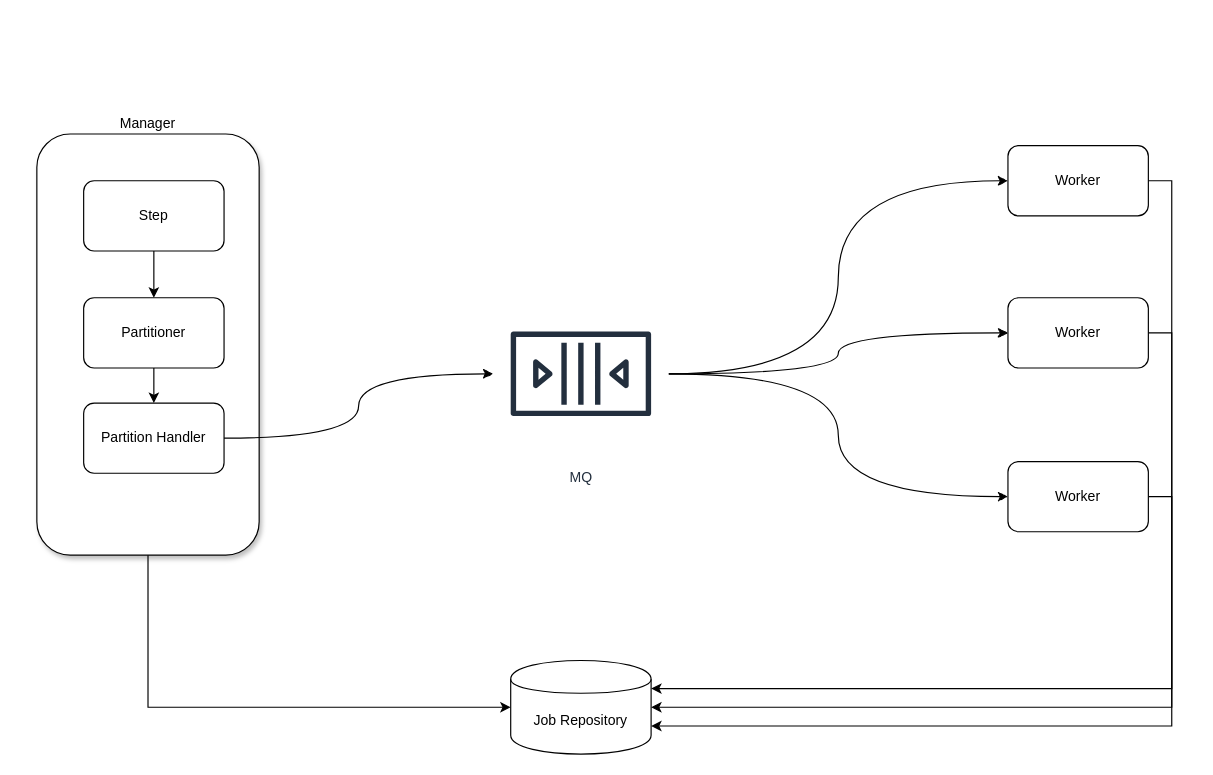
Above: spring-batch-parallel-processing.drawio in selva-dharmaraj/draw (draw.io), before the change. Source tidied: cells renumbered, new cells numbered last; positions are measured from the earlier drawing's top-left corner, leaving out a move shared by most shapes. Both pictures are drawn from the tidied source at 117%, with x=0, y=0 at pixel (36, 133).
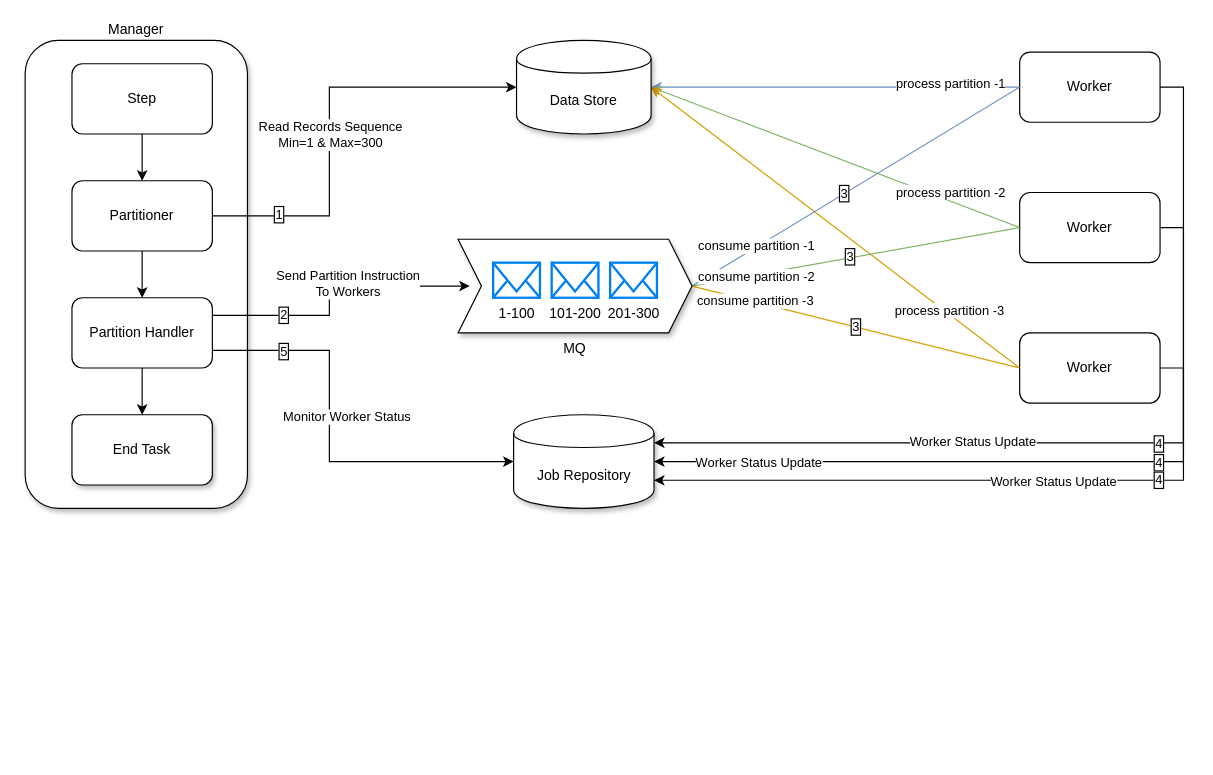
The same diagram, later.

The edit, as a diff of the source:
```diff
@@
-    <mxCell id="2" value="Manager" style="rounded=1;whiteSpace=wrap;html=1;shadow=1;labelPosition=center;verticalLabelPosition=top;align=center;verticalAlign=bottom;" parent="1" vertex="1">
-      <mxGeometry width="190" height="360" as="geometry" />
+    <mxCell id="2" value="Manager" style="rounded=1;whiteSpace=wrap;html=1;shadow=1;labelPosition=center;verticalLabelPosition=top;align=center;verticalAlign=bottom;labelBorderColor=none;" parent="1" vertex="1">
+      <mxGeometry x="-10" y="-80" width="190" height="400" as="geometry" />
     </mxCell>
-    <mxCell id="3" style="edgeStyle=orthogonalEdgeStyle;rounded=0;comic=0;jettySize=auto;html=1;entryX=1;entryY=0.3;entryDx=0;entryDy=0;exitX=1;exitY=0.5;exitDx=0;exitDy=0;" parent="1" edge="1" source="4" target="20">
+    <mxCell id="3" style="rounded=0;comic=0;jettySize=auto;html=1;entryX=1;entryY=0.3;entryDx=0;entryDy=0;exitX=1;exitY=0.5;exitDx=0;exitDy=0;edgeStyle=orthogonalEdgeStyle;labelBorderColor=none;" parent="1" edge="1" source="4" target="20">
       <mxGeometry relative="1" as="geometry" />
     </mxCell>
+    <mxCell id="21" value="Worker Status Update" style="edgeLabel;html=1;align=center;verticalAlign=middle;labelBorderColor=none;" parent="3" vertex="1">
+      <mxGeometry x="0.3" y="-2" relative="1" as="geometry" />
+    </mxCell>
+    <mxCell id="22" value="4" style="edgeLabel;html=1;align=center;verticalAlign=middle;labelBorderColor=#000000;" parent="3" vertex="1">
+      <mxGeometry x="-0.11" relative="1" as="geometry" />
+    </mxCell>
+    <mxCell id="23" style="edgeStyle=none;rounded=0;comic=0;jettySize=auto;html=1;entryX=1;entryY=0.5;entryDx=0;entryDy=0;startArrow=none;startFill=0;endArrow=classic;endFill=1;fillColor=#dae8fc;strokeColor=#6c8ebf;labelBorderColor=none;" parent="1" edge="1" source="4" target="48">
+      <mxGeometry relative="1" as="geometry" />
+    </mxCell>
+    <mxCell id="24" value="process partition -1" style="edgeLabel;html=1;align=center;verticalAlign=middle;labelBorderColor=none;" parent="23" vertex="1">
+      <mxGeometry x="-0.11" y="-4" relative="1" as="geometry">
+        <mxPoint x="80.6" as="offset" />
+      </mxGeometry>
+    </mxCell>
-    <mxCell id="4" value="Worker" style="rounded=1;whiteSpace=wrap;html=1;" parent="1" vertex="1">
-      <mxGeometry x="830" y="10" width="120" height="60" as="geometry" />
+    <mxCell id="4" value="Worker" style="rounded=1;whiteSpace=wrap;html=1;labelBorderColor=none;" parent="1" vertex="1">
+      <mxGeometry x="840" y="-70" width="120" height="60" as="geometry" />
     </mxCell>
-    <mxCell id="5" style="edgeStyle=orthogonalEdgeStyle;rounded=0;comic=0;jettySize=auto;html=1;entryX=1;entryY=0.7;entryDx=0;entryDy=0;exitX=1;exitY=0.5;exitDx=0;exitDy=0;" parent="1" edge="1" source="6" target="20">
+    <mxCell id="5" style="rounded=0;comic=0;jettySize=auto;html=1;entryX=1;entryY=0.7;entryDx=0;entryDy=0;exitX=1;exitY=0.5;exitDx=0;exitDy=0;edgeStyle=orthogonalEdgeStyle;labelBorderColor=none;" parent="1" edge="1" source="6" target="20">
       <mxGeometry relative="1" as="geometry" />
     </mxCell>
+    <mxCell id="25" value="Worker Status Update" style="edgeLabel;html=1;align=center;verticalAlign=middle;labelBorderColor=none;" parent="5" vertex="1">
+      <mxGeometry x="0.01" relative="1" as="geometry" />
+    </mxCell>
+    <mxCell id="26" value="4" style="edgeLabel;html=1;align=center;verticalAlign=middle;labelBorderColor=#000000;" parent="5" vertex="1">
+      <mxGeometry x="-0.25" y="-1" relative="1" as="geometry" />
+    </mxCell>
+    <mxCell id="27" style="edgeStyle=none;rounded=0;comic=0;jettySize=auto;html=1;entryX=1;entryY=0.5;entryDx=0;entryDy=0;startArrow=none;startFill=0;endArrow=classic;endFill=1;exitX=0;exitY=0.5;exitDx=0;exitDy=0;fillColor=#d5e8d4;strokeColor=#82b366;labelBorderColor=none;" parent="1" edge="1" source="6" target="48">
+      <mxGeometry relative="1" as="geometry" />
+    </mxCell>
+    <mxCell id="28" value="process partition -2" style="edgeLabel;html=1;align=center;verticalAlign=middle;labelBorderColor=none;" parent="27" vertex="1">
+      <mxGeometry x="-0.09" y="-1" relative="1" as="geometry">
+        <mxPoint x="82.8" y="25.4" as="offset" />
+      </mxGeometry>
+    </mxCell>
-    <mxCell id="6" value="Worker" style="rounded=1;whiteSpace=wrap;html=1;" parent="1" vertex="1">
-      <mxGeometry x="830" y="140" width="120" height="60" as="geometry" />
+    <mxCell id="6" value="Worker" style="rounded=1;whiteSpace=wrap;html=1;labelBorderColor=none;" parent="1" vertex="1">
+      <mxGeometry x="840" y="50" width="120" height="60" as="geometry" />
     </mxCell>
-    <mxCell id="7" style="edgeStyle=orthogonalEdgeStyle;rounded=0;comic=0;jettySize=auto;html=1;entryX=1;entryY=0.5;entryDx=0;entryDy=0;exitX=1;exitY=0.5;exitDx=0;exitDy=0;" parent="1" edge="1" source="8" target="20">
+    <mxCell id="7" style="rounded=0;comic=0;jettySize=auto;html=1;entryX=1;entryY=0.5;entryDx=0;entryDy=0;exitX=1;exitY=0.5;exitDx=0;exitDy=0;elbow=vertical;edgeStyle=orthogonalEdgeStyle;labelBorderColor=none;" parent="1" edge="1" source="8" target="20">
       <mxGeometry relative="1" as="geometry" />
     </mxCell>
+    <mxCell id="29" value="Worker Status Update" style="edgeLabel;html=1;align=center;verticalAlign=middle;labelBorderColor=none;" parent="7" vertex="1">
+      <mxGeometry x="0.68" relative="1" as="geometry" />
+    </mxCell>
+    <mxCell id="30" value="4" style="edgeLabel;html=1;align=center;verticalAlign=middle;labelBorderColor=#000000;" parent="7" vertex="1">
+      <mxGeometry x="-0.56" relative="1" as="geometry" />
+    </mxCell>
+    <mxCell id="31" style="edgeStyle=none;rounded=0;comic=0;jettySize=auto;html=1;entryX=1;entryY=0.5;entryDx=0;entryDy=0;startArrow=none;startFill=0;endArrow=classic;endFill=1;exitX=0;exitY=0.5;exitDx=0;exitDy=0;fillColor=#ffe6cc;strokeColor=#d79b00;labelBorderColor=none;" parent="1" edge="1" source="8" target="48">
+      <mxGeometry relative="1" as="geometry" />
+    </mxCell>
+    <mxCell id="32" value="process partition -3" style="edgeLabel;html=1;align=center;verticalAlign=middle;labelBorderColor=none;" parent="31" vertex="1">
+      <mxGeometry x="0.07" y="2" relative="1" as="geometry">
+        <mxPoint x="109.8" y="76.9" as="offset" />
+      </mxGeometry>
+    </mxCell>
-    <mxCell id="8" value="Worker" style="rounded=1;whiteSpace=wrap;html=1;" parent="1" vertex="1">
-      <mxGeometry x="830" y="280" width="120" height="60" as="geometry" />
+    <mxCell id="8" value="Worker" style="rounded=1;whiteSpace=wrap;html=1;labelBorderColor=none;" parent="1" vertex="1">
+      <mxGeometry x="840" y="170" width="120" height="60" as="geometry" />
     </mxCell>
-    <mxCell id="9" style="edgeStyle=orthogonalEdgeStyle;rounded=0;jettySize=auto;html=1;" parent="1" edge="1" source="10" target="13">
+    <mxCell id="9" style="edgeStyle=orthogonalEdgeStyle;rounded=0;jettySize=auto;html=1;labelBorderColor=none;" parent="1" edge="1" source="10" target="13">
       <mxGeometry relative="1" as="geometry" />
     </mxCell>
-    <mxCell id="10" value="Step" style="rounded=1;whiteSpace=wrap;html=1;" parent="1" vertex="1">
-      <mxGeometry x="40" y="40" width="120" height="60" as="geometry" />
+    <mxCell id="10" value="Step" style="rounded=1;whiteSpace=wrap;html=1;labelBorderColor=none;" parent="1" vertex="1">
+      <mxGeometry x="30" y="-60" width="120" height="60" as="geometry" />
     </mxCell>
-    <mxCell id="11" style="edgeStyle=orthogonalEdgeStyle;rounded=0;jettySize=auto;html=1;" parent="1" edge="1" source="13" target="15">
+    <mxCell id="11" style="edgeStyle=orthogonalEdgeStyle;rounded=0;jettySize=auto;html=1;labelBorderColor=none;" parent="1" edge="1" source="13" target="15">
       <mxGeometry relative="1" as="geometry" />
     </mxCell>
-    <mxCell id="12" style="edgeStyle=orthogonalEdgeStyle;rounded=0;comic=0;jettySize=auto;html=1;entryX=0;entryY=0.5;entryDx=0;entryDy=0;exitX=0.5;exitY=1;exitDx=0;exitDy=0;" parent="1" edge="1" source="2" target="20">
-      <mxGeometry relative="1" as="geometry">
-        <Array as="points">
-          <mxPoint x="95" y="490" />
-        </Array>
-      </mxGeometry>
-    </mxCell>
+    <mxCell id="33" style="edgeStyle=orthogonalEdgeStyle;rounded=0;comic=0;jettySize=auto;html=1;entryX=0;entryY=0.5;entryDx=0;entryDy=0;labelBorderColor=none;" parent="1" edge="1" source="13" target="48">
+      <mxGeometry relative="1" as="geometry">
+        <Array as="points">
+          <mxPoint x="250" y="70" />
+          <mxPoint x="250" y="-40" />
+        </Array>
+      </mxGeometry>
+    </mxCell>
+    <mxCell id="34" value="Read Records Sequence&lt;br&gt;Min=1 &amp;amp; Max=300" style="edgeLabel;html=1;align=center;verticalAlign=middle;labelBorderColor=none;" parent="33" vertex="1">
+      <mxGeometry x="0.49" relative="1" as="geometry">
+        <mxPoint x="-65.4" y="40" as="offset" />
+      </mxGeometry>
+    </mxCell>
+    <mxCell id="35" value="1" style="edgeLabel;html=1;align=center;verticalAlign=middle;labelBorderColor=#000000;" parent="33" vertex="1">
+      <mxGeometry x="-0.7" y="2" relative="1" as="geometry" />
+    </mxCell>
-    <mxCell id="13" value="Partitioner" style="rounded=1;whiteSpace=wrap;html=1;" parent="1" vertex="1">
-      <mxGeometry x="40" y="140" width="120" height="60" as="geometry" />
+    <mxCell id="13" value="Partitioner" style="rounded=1;whiteSpace=wrap;html=1;labelBorderColor=none;" parent="1" vertex="1">
+      <mxGeometry x="30" y="40" width="120" height="60" as="geometry" />
     </mxCell>
-    <mxCell id="14" style="edgeStyle=orthogonalEdgeStyle;rounded=0;jettySize=auto;html=1;comic=1;curved=1;" parent="1" edge="1" source="15" target="19">
-      <mxGeometry relative="1" as="geometry" />
+    <mxCell id="14" style="edgeStyle=orthogonalEdgeStyle;rounded=0;jettySize=auto;html=1;comic=0;entryX=0.05;entryY=0.5;entryDx=0;entryDy=0;entryPerimeter=0;labelBorderColor=none;exitX=1;exitY=0.25;exitDx=0;exitDy=0;" parent="1" edge="1" source="15" target="19">
+      <mxGeometry relative="1" as="geometry">
+        <Array as="points">
+          <mxPoint x="250" y="155" />
+          <mxPoint x="250" y="130" />
+        </Array>
+      </mxGeometry>
     </mxCell>
+    <mxCell id="36" value="Send Partition Instruction&lt;br&gt;To Workers" style="edgeLabel;html=1;align=center;verticalAlign=middle;labelBorderColor=none;" parent="14" vertex="1">
+      <mxGeometry x="-0.17" y="-1" relative="1" as="geometry">
+        <mxPoint x="14" y="-26" as="offset" />
+      </mxGeometry>
+    </mxCell>
+    <mxCell id="37" value="2" style="edgeLabel;html=1;align=center;verticalAlign=middle;labelBorderColor=#000000;" parent="14" vertex="1">
+      <mxGeometry x="-0.51" y="1" relative="1" as="geometry" />
+    </mxCell>
+    <mxCell id="38" style="edgeStyle=orthogonalEdgeStyle;rounded=0;comic=0;jettySize=auto;html=1;labelBorderColor=none;" parent="1" edge="1" source="15" target="47">
+      <mxGeometry relative="1" as="geometry" />
+    </mxCell>
+    <mxCell id="39" style="edgeStyle=orthogonalEdgeStyle;rounded=0;comic=0;jettySize=auto;html=1;entryX=0;entryY=0.5;entryDx=0;entryDy=0;elbow=vertical;labelBorderColor=none;exitX=1;exitY=0.75;exitDx=0;exitDy=0;" parent="1" edge="1" source="15" target="20">
+      <mxGeometry relative="1" as="geometry">
+        <Array as="points">
+          <mxPoint x="250" y="185" />
+          <mxPoint x="250" y="280" />
+        </Array>
+      </mxGeometry>
+    </mxCell>
+    <mxCell id="40" value="Monitor Worker Status" style="edgeLabel;html=1;align=center;verticalAlign=middle;labelBorderColor=none;" parent="39" vertex="1">
+      <mxGeometry x="-0.03" y="5" relative="1" as="geometry">
+        <mxPoint x="9.4" y="-15" as="offset" />
+      </mxGeometry>
+    </mxCell>
+    <mxCell id="41" value="5" style="edgeLabel;html=1;align=center;verticalAlign=middle;labelBorderColor=#000000;" parent="39" vertex="1">
+      <mxGeometry x="-0.66" relative="1" as="geometry" />
+    </mxCell>
-    <mxCell id="15" value="Partition Handler" style="rounded=1;whiteSpace=wrap;html=1;" parent="1" vertex="1">
-      <mxGeometry x="40" y="230" width="120" height="60" as="geometry" />
+    <mxCell id="15" value="Partition Handler" style="rounded=1;whiteSpace=wrap;html=1;labelBorderColor=none;" parent="1" vertex="1">
+      <mxGeometry x="30" y="140" width="120" height="60" as="geometry" />
     </mxCell>
-    <mxCell id="16" style="edgeStyle=orthogonalEdgeStyle;curved=1;rounded=0;comic=1;jettySize=auto;html=1;entryX=0;entryY=0.5;entryDx=0;entryDy=0;" parent="1" edge="1" source="19" target="4">
+    <mxCell id="16" style="rounded=0;comic=0;jettySize=auto;html=1;entryX=0;entryY=0.5;entryDx=0;entryDy=0;exitX=1;exitY=0.5;exitDx=0;exitDy=0;endArrow=none;endFill=0;startArrow=none;startFill=0;fillColor=#dae8fc;strokeColor=#6c8ebf;labelBorderColor=none;" parent="1" edge="1" source="19" target="4">
       <mxGeometry relative="1" as="geometry" />
     </mxCell>
+    <mxCell id="42" value="consume partition -1" style="edgeLabel;html=1;align=center;verticalAlign=middle;labelBorderColor=none;" parent="16" vertex="1">
+      <mxGeometry x="-0.61" y="1" relative="1" as="geometry" />
+    </mxCell>
+    <mxCell id="43" value="3" style="edgeLabel;html=1;align=center;verticalAlign=middle;labelBorderColor=#000000;" parent="16" vertex="1">
+      <mxGeometry x="-0.07" y="1" relative="1" as="geometry" />
+    </mxCell>
-    <mxCell id="17" style="edgeStyle=orthogonalEdgeStyle;curved=1;rounded=0;comic=1;jettySize=auto;html=1;entryX=0;entryY=0.5;entryDx=0;entryDy=0;" parent="1" edge="1" source="19" target="6">
+    <mxCell id="17" style="rounded=0;comic=0;jettySize=auto;html=1;entryX=0;entryY=0.5;entryDx=0;entryDy=0;exitX=1;exitY=0.5;exitDx=0;exitDy=0;endArrow=none;endFill=0;startArrow=none;startFill=0;fillColor=#d5e8d4;strokeColor=#82b366;labelBorderColor=none;" parent="1" edge="1" source="19" target="6">
       <mxGeometry relative="1" as="geometry" />
     </mxCell>
+    <mxCell id="44" value="consume partition -2" style="edgeLabel;html=1;align=center;verticalAlign=middle;labelBorderColor=none;" parent="17" vertex="1">
+      <mxGeometry x="-0.61" y="-1" relative="1" as="geometry" />
+    </mxCell>
+    <mxCell id="45" value="3" style="edgeLabel;html=1;align=center;verticalAlign=middle;labelBorderColor=#000000;" parent="17" vertex="1">
+      <mxGeometry x="-0.04" y="1" relative="1" as="geometry" />
+    </mxCell>
-    <mxCell id="18" style="edgeStyle=orthogonalEdgeStyle;curved=1;rounded=0;comic=1;jettySize=auto;html=1;entryX=0;entryY=0.5;entryDx=0;entryDy=0;" parent="1" edge="1" source="19" target="8">
+    <mxCell id="18" value="3" style="rounded=0;comic=0;jettySize=auto;html=1;entryX=0;entryY=0.5;entryDx=0;entryDy=0;exitX=1;exitY=0.5;exitDx=0;exitDy=0;endArrow=none;endFill=0;startArrow=none;startFill=0;fillColor=#ffe6cc;strokeColor=#d79b00;labelBorderColor=#000000;" parent="1" edge="1" source="19" target="8">
       <mxGeometry relative="1" as="geometry" />
     </mxCell>
+    <mxCell id="46" value="consume partition -3" style="edgeLabel;html=1;align=center;verticalAlign=middle;labelBorderColor=none;" parent="18" vertex="1">
+      <mxGeometry x="-0.62" relative="1" as="geometry">
+        <mxPoint y="-1" as="offset" />
+      </mxGeometry>
+    </mxCell>
+    <mxCell id="20" value="Job Repository" style="shape=cylinder;whiteSpace=wrap;html=1;boundedLbl=1;backgroundOutline=1;shadow=1;labelBorderColor=none;" parent="1" vertex="1">
+      <mxGeometry x="407.5" y="240" width="120" height="80" as="geometry" />
+    </mxCell>
+    <mxCell id="47" value="End Task" style="rounded=1;whiteSpace=wrap;html=1;shadow=1;labelBorderColor=none;" parent="1" vertex="1">
+      <mxGeometry x="30" y="240" width="120" height="60" as="geometry" />
+    </mxCell>
+    <mxCell id="48" value="Data Store" style="shape=cylinder;whiteSpace=wrap;html=1;boundedLbl=1;backgroundOutline=1;shadow=1;labelBorderColor=none;" parent="1" vertex="1">
+      <mxGeometry x="410" y="-80" width="115" height="80" as="geometry" />
+    </mxCell>
-    <mxCell id="19" value="MQ" style="outlineConnect=0;fontColor=#232F3E;gradientColor=none;strokeColor=#232F3E;fillColor=#ffffff;dashed=0;verticalLabelPosition=bottom;verticalAlign=top;align=center;html=1;fontSize=12;fontStyle=0;shape=mxgraph.aws4.resourceIcon;resIcon=mxgraph.aws4.queue;" parent="1" vertex="1">
-      <mxGeometry x="390" y="130" width="150" height="150" as="geometry" />
+    <mxCell id="19" value="MQ" style="shape=step;perimeter=stepPerimeter;whiteSpace=wrap;html=1;fixedSize=1;shadow=1;labelPosition=center;verticalLabelPosition=bottom;align=center;verticalAlign=top;labelBorderColor=none;" parent="1" vertex="1">
+      <mxGeometry x="360" y="90" width="200" height="80" as="geometry" />
     </mxCell>
-    <mxCell id="20" value="Job Repository" style="shape=cylinder;whiteSpace=wrap;html=1;boundedLbl=1;backgroundOutline=1;" parent="1" vertex="1">
-      <mxGeometry x="405" y="450" width="120" height="80" as="geometry" />
-    </mxCell>
+    <mxCell id="49" value="1-100" style="html=1;verticalLabelPosition=bottom;align=center;labelBackgroundColor=#ffffff;verticalAlign=top;strokeWidth=2;strokeColor=#0080F0;shadow=0;dashed=0;shape=mxgraph.ios7.icons.mail;labelBorderColor=none;" parent="1" vertex="1">
+      <mxGeometry x="390" y="110" width="40" height="30" as="geometry" />
+    </mxCell>
+    <mxCell id="50" value="101-200" style="html=1;verticalLabelPosition=bottom;align=center;labelBackgroundColor=#ffffff;verticalAlign=top;strokeWidth=2;strokeColor=#0080F0;shadow=0;dashed=0;shape=mxgraph.ios7.icons.mail;labelBorderColor=none;" parent="1" vertex="1">
+      <mxGeometry x="440" y="110" width="40" height="30" as="geometry" />
+    </mxCell>
+    <mxCell id="51" value="201-300" style="html=1;verticalLabelPosition=bottom;align=center;labelBackgroundColor=#ffffff;verticalAlign=top;strokeWidth=2;strokeColor=#0080F0;shadow=0;dashed=0;shape=mxgraph.ios7.icons.mail;labelBorderColor=none;" parent="1" vertex="1">
+      <mxGeometry x="490" y="110" width="40" height="30" as="geometry" />
+    </mxCell>
```
